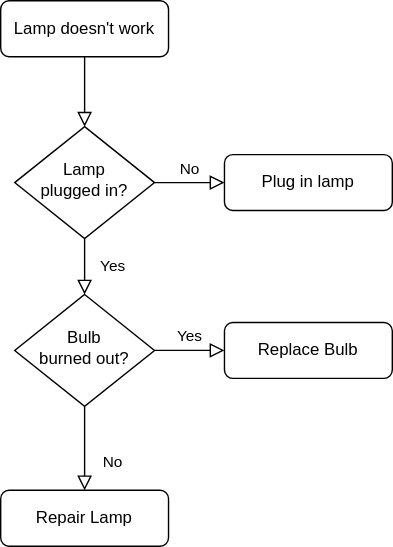
CernyDavid/diagrams.net keeps this draw.io diagram as data/flowchart01.svg. Above is the earlier version. Source tidied: cells renumbered, new cells last; positions are measured from the earlier drawing's top-left corner, leaving out a move shared by most shapes. Source of this version:
```xml
<mxGraphModel>
  <root>
    <mxCell id="0" />
    <mxCell id="1" parent="0" />
    <mxCell id="2" style="rounded=0;html=1;jettySize=auto;fontSize=11;endArrow=block;endFill=0;endSize=8;strokeWidth=1;shadow=0;labelBackgroundColor=none;edgeStyle=orthogonalEdgeStyle;" parent="1" edge="1" source="3" target="6">
      <mxGeometry relative="1" as="geometry" />
    </mxCell>
    <mxCell id="3" value="Lamp doesn't work" style="rounded=1;whiteSpace=wrap;html=1;fontSize=12;glass=0;strokeWidth=1;shadow=0;" parent="1" vertex="1">
      <mxGeometry width="120" height="40" as="geometry" />
    </mxCell>
    <mxCell id="4" value="Yes" style="rounded=0;html=1;jettySize=auto;fontSize=11;endArrow=block;endFill=0;endSize=8;strokeWidth=1;shadow=0;labelBackgroundColor=none;edgeStyle=orthogonalEdgeStyle;" parent="1" edge="1" source="6" target="10">
      <mxGeometry y="20" relative="1" as="geometry" />
    </mxCell>
    <mxCell id="5" value="No" style="edgeStyle=orthogonalEdgeStyle;rounded=0;html=1;jettySize=auto;fontSize=11;endArrow=block;endFill=0;endSize=8;strokeWidth=1;shadow=0;labelBackgroundColor=none;" parent="1" edge="1" source="6" target="7">
      <mxGeometry y="10" relative="1" as="geometry" />
    </mxCell>
    <mxCell id="6" value="Lamp&lt;br&gt;plugged in?" style="rhombus;whiteSpace=wrap;html=1;shadow=0;fontFamily=Helvetica;fontSize=12;align=center;strokeWidth=1;spacing=6;spacingTop=-4;" parent="1" vertex="1">
      <mxGeometry x="10" y="90" width="100" height="80" as="geometry" />
    </mxCell>
    <mxCell id="7" value="Plug in lamp" style="rounded=1;whiteSpace=wrap;html=1;fontSize=12;glass=0;strokeWidth=1;shadow=0;" parent="1" vertex="1">
      <mxGeometry x="160" y="110" width="120" height="40" as="geometry" />
    </mxCell>
    <mxCell id="8" value="No" style="rounded=0;html=1;jettySize=auto;fontSize=11;endArrow=block;endFill=0;endSize=8;strokeWidth=1;shadow=0;labelBackgroundColor=none;edgeStyle=orthogonalEdgeStyle;" parent="1" edge="1" source="10" target="11">
      <mxGeometry x="0.33" y="20" relative="1" as="geometry" />
    </mxCell>
    <mxCell id="9" value="Yes" style="edgeStyle=orthogonalEdgeStyle;rounded=0;html=1;jettySize=auto;fontSize=11;endArrow=block;endFill=0;endSize=8;strokeWidth=1;shadow=0;labelBackgroundColor=none;" parent="1" edge="1" source="10" target="12">
      <mxGeometry y="10" relative="1" as="geometry" />
    </mxCell>
    <mxCell id="10" value="Bulb&lt;br&gt;burned out?" style="rhombus;whiteSpace=wrap;html=1;shadow=0;fontFamily=Helvetica;fontSize=12;align=center;strokeWidth=1;spacing=6;spacingTop=-4;" parent="1" vertex="1">
      <mxGeometry x="10" y="210" width="100" height="80" as="geometry" />
    </mxCell>
    <mxCell id="11" value="Repair Lamp" style="rounded=1;whiteSpace=wrap;html=1;fontSize=12;glass=0;strokeWidth=1;shadow=0;" parent="1" vertex="1">
      <mxGeometry y="350" width="120" height="40" as="geometry" />
    </mxCell>
    <mxCell id="12" value="Replace Bulb" style="rounded=1;whiteSpace=wrap;html=1;fontSize=12;glass=0;strokeWidth=1;shadow=0;" parent="1" vertex="1">
      <mxGeometry x="160" y="230" width="120" height="40" as="geometry" />
    </mxCell>
  </root>
</mxGraphModel>
```
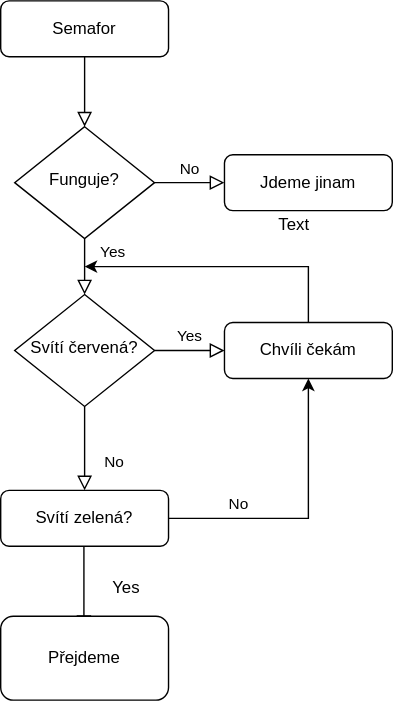
After the commit.

Change to the diagram source:
```diff
@@ -5,35 +5,72 @@
     <mxCell id="2" style="rounded=0;html=1;jettySize=auto;fontSize=11;endArrow=block;endFill=0;endSize=8;strokeWidth=1;shadow=0;labelBackgroundColor=none;edgeStyle=orthogonalEdgeStyle;" parent="1" edge="1" source="3" target="6">
       <mxGeometry relative="1" as="geometry" />
     </mxCell>
-    <mxCell id="3" value="Lamp doesn't work" style="rounded=1;whiteSpace=wrap;html=1;fontSize=12;glass=0;strokeWidth=1;shadow=0;" parent="1" vertex="1">
+    <mxCell id="3" value="Semafor" style="rounded=1;whiteSpace=wrap;html=1;fontSize=12;glass=0;strokeWidth=1;shadow=0;" parent="1" vertex="1">
       <mxGeometry width="120" height="40" as="geometry" />
     </mxCell>
     <mxCell id="4" value="Yes" style="rounded=0;html=1;jettySize=auto;fontSize=11;endArrow=block;endFill=0;endSize=8;strokeWidth=1;shadow=0;labelBackgroundColor=none;edgeStyle=orthogonalEdgeStyle;" parent="1" edge="1" source="6" target="10">
-      <mxGeometry y="20" relative="1" as="geometry" />
+      <mxGeometry x="-0.5" y="20" relative="1" as="geometry" />
     </mxCell>
     <mxCell id="5" value="No" style="edgeStyle=orthogonalEdgeStyle;rounded=0;html=1;jettySize=auto;fontSize=11;endArrow=block;endFill=0;endSize=8;strokeWidth=1;shadow=0;labelBackgroundColor=none;" parent="1" edge="1" source="6" target="7">
       <mxGeometry y="10" relative="1" as="geometry" />
     </mxCell>
-    <mxCell id="6" value="Lamp&lt;br&gt;plugged in?" style="rhombus;whiteSpace=wrap;html=1;shadow=0;fontFamily=Helvetica;fontSize=12;align=center;strokeWidth=1;spacing=6;spacingTop=-4;" parent="1" vertex="1">
+    <mxCell id="6" value="Funguje?" style="rhombus;whiteSpace=wrap;html=1;shadow=0;fontFamily=Helvetica;fontSize=12;align=center;strokeWidth=1;spacing=6;spacingTop=-4;" parent="1" vertex="1">
       <mxGeometry x="10" y="90" width="100" height="80" as="geometry" />
     </mxCell>
-    <mxCell id="7" value="Plug in lamp" style="rounded=1;whiteSpace=wrap;html=1;fontSize=12;glass=0;strokeWidth=1;shadow=0;" parent="1" vertex="1">
+    <mxCell id="7" value="Jdeme jinam" style="rounded=1;whiteSpace=wrap;html=1;fontSize=12;glass=0;strokeWidth=1;shadow=0;" parent="1" vertex="1">
       <mxGeometry x="160" y="110" width="120" height="40" as="geometry" />
     </mxCell>
     <mxCell id="8" value="No" style="rounded=0;html=1;jettySize=auto;fontSize=11;endArrow=block;endFill=0;endSize=8;strokeWidth=1;shadow=0;labelBackgroundColor=none;edgeStyle=orthogonalEdgeStyle;" parent="1" edge="1" source="10" target="11">
-      <mxGeometry x="0.33" y="20" relative="1" as="geometry" />
+      <mxGeometry x="1" y="110" relative="1" as="geometry">
+        <mxPoint y="10" as="offset" />
+      </mxGeometry>
     </mxCell>
     <mxCell id="9" value="Yes" style="edgeStyle=orthogonalEdgeStyle;rounded=0;html=1;jettySize=auto;fontSize=11;endArrow=block;endFill=0;endSize=8;strokeWidth=1;shadow=0;labelBackgroundColor=none;" parent="1" edge="1" source="10" target="12">
       <mxGeometry y="10" relative="1" as="geometry" />
     </mxCell>
-    <mxCell id="10" value="Bulb&lt;br&gt;burned out?" style="rhombus;whiteSpace=wrap;html=1;shadow=0;fontFamily=Helvetica;fontSize=12;align=center;strokeWidth=1;spacing=6;spacingTop=-4;" parent="1" vertex="1">
+    <mxCell id="10" value="Svítí červená?" style="rhombus;whiteSpace=wrap;html=1;shadow=0;fontFamily=Helvetica;fontSize=12;align=center;strokeWidth=1;spacing=6;spacingTop=-4;" parent="1" vertex="1">
       <mxGeometry x="10" y="210" width="100" height="80" as="geometry" />
     </mxCell>
+    <mxCell id="13" style="edgeStyle=orthogonalEdgeStyle;rounded=0;jettySize=auto;html=1;exitX=0.75;exitY=0;exitDx=0;exitDy=0;entryX=0.5;entryY=1;entryDx=0;entryDy=0;" parent="1" edge="1" source="11" target="12">
+      <mxGeometry relative="1" as="geometry">
+        <Array as="points">
+          <mxPoint x="90" y="370" />
+          <mxPoint x="220" y="370" />
+        </Array>
+      </mxGeometry>
+    </mxCell>
-    <mxCell id="11" value="Repair Lamp" style="rounded=1;whiteSpace=wrap;html=1;fontSize=12;glass=0;strokeWidth=1;shadow=0;" parent="1" vertex="1">
+    <mxCell id="11" value="Svítí zelená?" style="rounded=1;whiteSpace=wrap;html=1;fontSize=12;glass=0;strokeWidth=1;shadow=0;" parent="1" vertex="1">
       <mxGeometry y="350" width="120" height="40" as="geometry" />
     </mxCell>
+    <mxCell id="14" style="edgeStyle=orthogonalEdgeStyle;rounded=0;jettySize=auto;html=1;" parent="1" edge="1" source="12">
+      <mxGeometry relative="1" as="geometry">
+        <mxPoint x="60" y="190" as="targetPoint" />
+        <Array as="points">
+          <mxPoint x="220" y="190" />
+        </Array>
+      </mxGeometry>
+    </mxCell>
-    <mxCell id="12" value="Replace Bulb" style="rounded=1;whiteSpace=wrap;html=1;fontSize=12;glass=0;strokeWidth=1;shadow=0;" parent="1" vertex="1">
+    <mxCell id="12" value="Chvíli čekám" style="rounded=1;whiteSpace=wrap;html=1;fontSize=12;glass=0;strokeWidth=1;shadow=0;" parent="1" vertex="1">
       <mxGeometry x="160" y="230" width="120" height="40" as="geometry" />
     </mxCell>
+    <mxCell id="15" value="No" style="rounded=0;html=1;jettySize=auto;orthogonalLoop=1;fontSize=11;endArrow=block;endFill=0;endSize=8;strokeWidth=1;shadow=0;labelBackgroundColor=none;edgeStyle=orthogonalEdgeStyle;" parent="1" edge="1">
+      <mxGeometry x="-1" y="63" relative="1" as="geometry">
+        <mxPoint x="59.5" y="390" as="sourcePoint" />
+        <mxPoint x="59.5" y="450" as="targetPoint" />
+        <Array as="points">
+          <mxPoint x="59.5" y="450" />
+        </Array>
+        <mxPoint x="-42" y="-60" as="offset" />
+      </mxGeometry>
+    </mxCell>
+    <mxCell id="16" value="Přejdeme" style="rounded=1;whiteSpace=wrap;html=1;" parent="1" vertex="1">
+      <mxGeometry y="440" width="120" height="60" as="geometry" />
+    </mxCell>
+    <mxCell id="17" value="Text" style="text;html=1;strokeColor=none;fillColor=none;align=center;verticalAlign=middle;whiteSpace=wrap;rounded=0;" parent="1" vertex="1">
+      <mxGeometry x="190" y="150" width="40" height="20" as="geometry" />
+    </mxCell>
+    <mxCell id="18" value="Yes" style="text;html=1;strokeColor=none;fillColor=none;align=center;verticalAlign=middle;whiteSpace=wrap;rounded=0;" parent="1" vertex="1">
+      <mxGeometry x="70" y="410" width="40" height="20" as="geometry" />
+    </mxCell>
   </root>
 </mxGraphModel>
```
